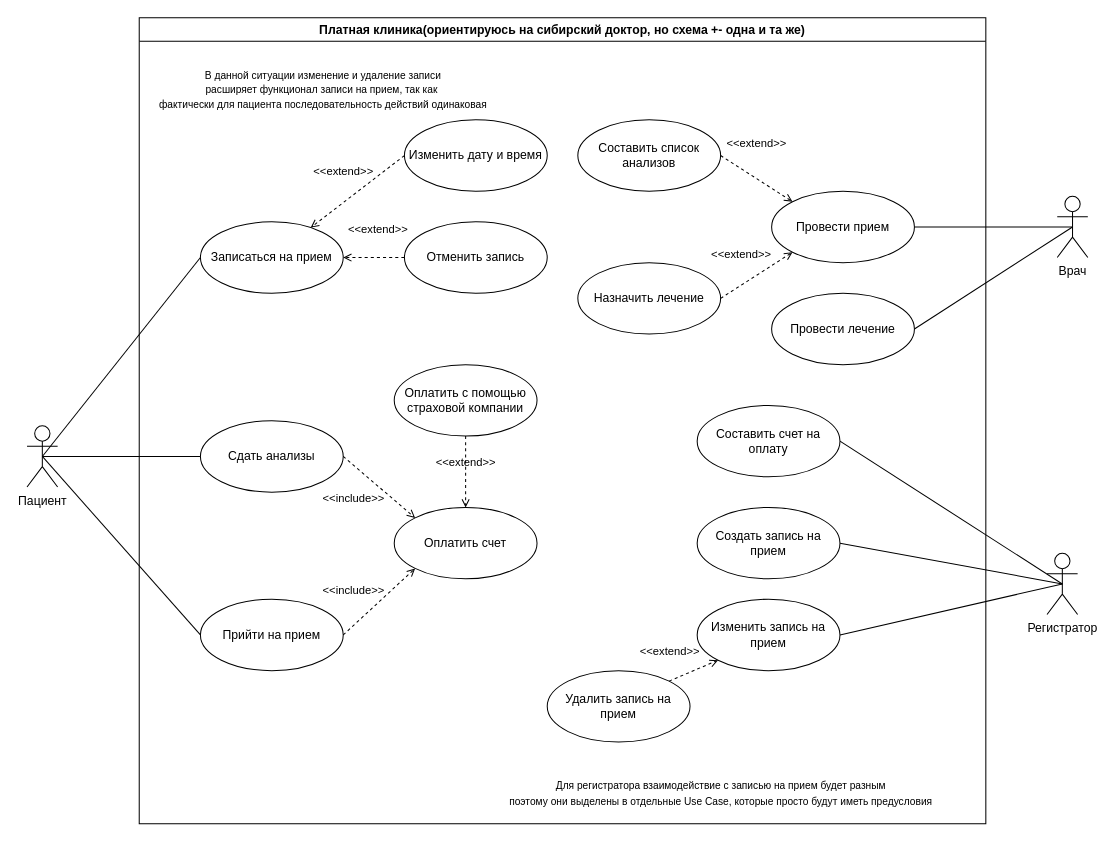
nedeadinside/oaoaoaoaoaoaoaoa keeps this draw.io diagram as lab3/.drawio/paid_clinic.drawio. Above is the earlier version. Source tidied: cells renumbered, new cells numbered last; positions are measured from the earlier drawing's top-left corner, leaving out a move shared by most shapes. Both pictures are drawn from the tidied source at 102%, with x=0, y=0 at pixel (27, 17).
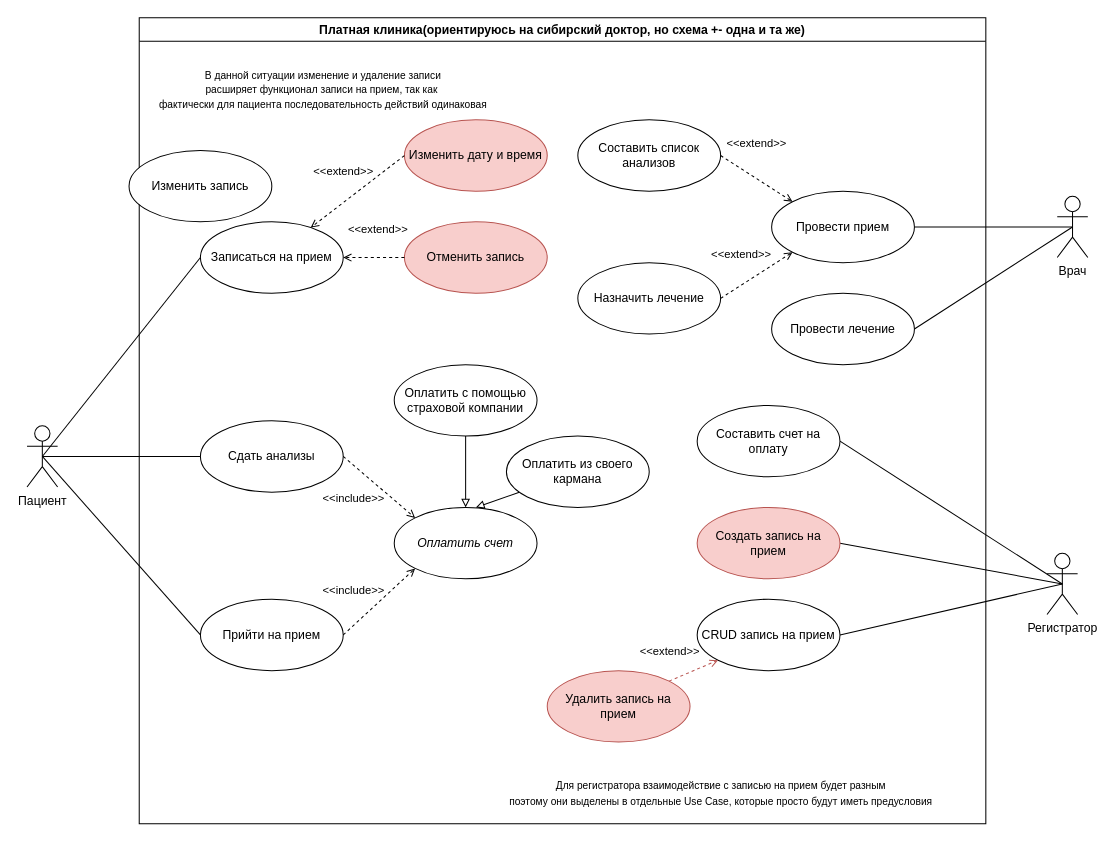
After the change.

Unchanged cells that the change refers to:
```xml
<mxCell id="23" value="Оплатить с помощью страховой компании" style="ellipse;whiteSpace=wrap;html=1;" parent="1" vertex="1">
  <mxGeometry x="360" y="340" width="140" height="70" as="geometry" />
</mxCell>
<mxCell id="25" value="Платная клиника(ориентируюсь на сибирский доктор, но схема +- одна и та же)" style="swimlane;whiteSpace=wrap;html=1;" parent="1" vertex="1">
  <mxGeometry x="110" width="830" height="790" as="geometry" />
</mxCell>
```

Diff of the diagram source:
```diff
@@
-    <mxCell id="16" value="Изменить дату и время" style="ellipse;whiteSpace=wrap;html=1;" parent="1" vertex="1">
+    <mxCell id="16" value="Изменить дату и время" style="ellipse;whiteSpace=wrap;html=1;fillColor=#f8cecc;strokeColor=#b85450;" parent="1" vertex="1">
       <mxGeometry x="370" y="100" width="140" height="70" as="geometry" />
     </mxCell>
-    <mxCell id="17" value="Отменить запись" style="ellipse;whiteSpace=wrap;html=1;" parent="1" vertex="1">
+    <mxCell id="17" value="Отменить запись" style="ellipse;whiteSpace=wrap;html=1;fillColor=#f8cecc;strokeColor=#b85450;" parent="1" vertex="1">
       <mxGeometry x="370" y="200" width="140" height="70" as="geometry" />
     </mxCell>
@@
-    <mxCell id="20" value="Оплатить счет" style="ellipse;whiteSpace=wrap;html=1;" parent="1" vertex="1">
+    <mxCell id="20" value="&lt;i&gt;Оплатить счет&lt;/i&gt;" style="ellipse;whiteSpace=wrap;html=1;" parent="1" vertex="1">
       <mxGeometry x="360" y="480" width="140" height="70" as="geometry" />
     </mxCell>
@@
-    <mxCell id="24" value="&amp;lt;&amp;lt;extend&amp;gt;&amp;gt;" style="html=1;verticalAlign=bottom;labelBackgroundColor=none;endArrow=open;endFill=0;dashed=1;rounded=0;exitX=0.5;exitY=1;exitDx=0;exitDy=0;entryX=0.5;entryY=0;entryDx=0;entryDy=0;" parent="1" edge="1" source="23" target="20">
+    <mxCell id="24" style="html=1;verticalAlign=bottom;labelBackgroundColor=none;endArrow=block;endFill=0;rounded=0;exitX=0.5;exitY=1;exitDx=0;exitDy=0;entryX=0.5;entryY=0;entryDx=0;entryDy=0;" parent="1" edge="1" source="23" target="20">
       <mxGeometry relative="1" as="geometry" />
     </mxCell>
@@
-    <mxCell id="34" value="Создать запись на прием" style="ellipse;whiteSpace=wrap;html=1;" parent="25" vertex="1">
+    <mxCell id="34" value="Создать запись на прием" style="ellipse;whiteSpace=wrap;html=1;fillColor=#f8cecc;strokeColor=#b85450;" parent="25" vertex="1">
       <mxGeometry x="547" y="480" width="140" height="70" as="geometry" />
     </mxCell>
-    <mxCell id="35" value="Изменить запись на прием" style="ellipse;whiteSpace=wrap;html=1;" parent="25" vertex="1">
+    <mxCell id="35" value="CRUD запись на прием" style="ellipse;whiteSpace=wrap;html=1;" parent="25" vertex="1">
       <mxGeometry x="547" y="570" width="140" height="70" as="geometry" />
     </mxCell>
-    <mxCell id="36" value="Удалить запись на прием" style="ellipse;whiteSpace=wrap;html=1;" parent="25" vertex="1">
+    <mxCell id="36" value="Удалить запись на прием" style="ellipse;whiteSpace=wrap;html=1;fillColor=#f8cecc;strokeColor=#b85450;" parent="25" vertex="1">
       <mxGeometry x="400" y="640" width="140" height="70" as="geometry" />
     </mxCell>
-    <mxCell id="37" value="&amp;lt;&amp;lt;extend&amp;gt;&amp;gt;" style="html=1;verticalAlign=bottom;labelBackgroundColor=none;endArrow=open;endFill=0;dashed=1;rounded=0;exitX=1;exitY=0;exitDx=0;exitDy=0;entryX=0;entryY=1;entryDx=0;entryDy=0;" parent="25" edge="1" source="36" target="35">
+    <mxCell id="37" value="&amp;lt;&amp;lt;extend&amp;gt;&amp;gt;" style="html=1;verticalAlign=bottom;labelBackgroundColor=none;endArrow=open;endFill=0;dashed=1;rounded=0;exitX=1;exitY=0;exitDx=0;exitDy=0;entryX=0;entryY=1;entryDx=0;entryDy=0;fillColor=#f8cecc;strokeColor=#b85450;" parent="25" edge="1" source="36" target="35">
       <mxGeometry x="-0.67" y="19" relative="1" as="geometry">
         <mxPoint y="1" as="offset" />
       </mxGeometry>
     </mxCell>
@@
+    <mxCell id="39" value="Изменить запись" style="ellipse;whiteSpace=wrap;html=1;" parent="25" vertex="1">
+      <mxGeometry x="-10" y="130" width="140" height="70" as="geometry" />
+    </mxCell>
+    <mxCell id="40" value="Оплатить из своего кармана" style="ellipse;whiteSpace=wrap;html=1;" parent="25" vertex="1">
+      <mxGeometry x="360" y="410" width="140" height="70" as="geometry" />
+    </mxCell>
+    <mxCell id="41" style="html=1;verticalAlign=bottom;labelBackgroundColor=none;endArrow=block;endFill=0;rounded=0;" parent="1" edge="1" source="40">
+      <mxGeometry relative="1" as="geometry">
+        <mxPoint x="440" y="480" as="targetPoint" />
+      </mxGeometry>
+    </mxCell>
```
